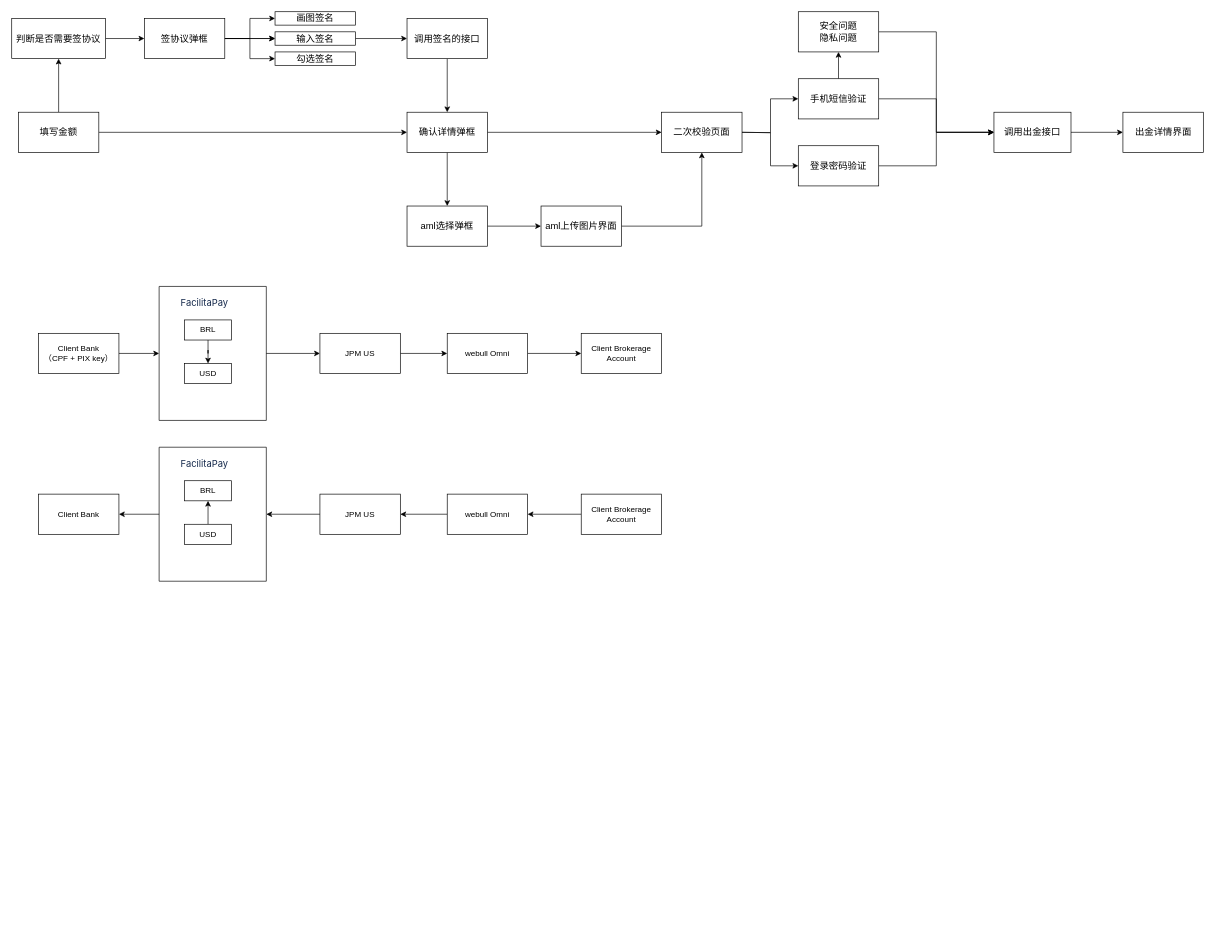
damoOnly/school keeps this draw.io diagram as page "美股出金流程" (6 of 6) of Untitled Diagram.drawio. Above is the earlier version. Source tidied: cells renumbered, new cells numbered last; positions are measured from the earlier drawing's top-left corner, leaving out a move shared by most shapes. Both pictures are drawn from the tidied source at 67%, with x=0, y=0 at pixel (11, 11).
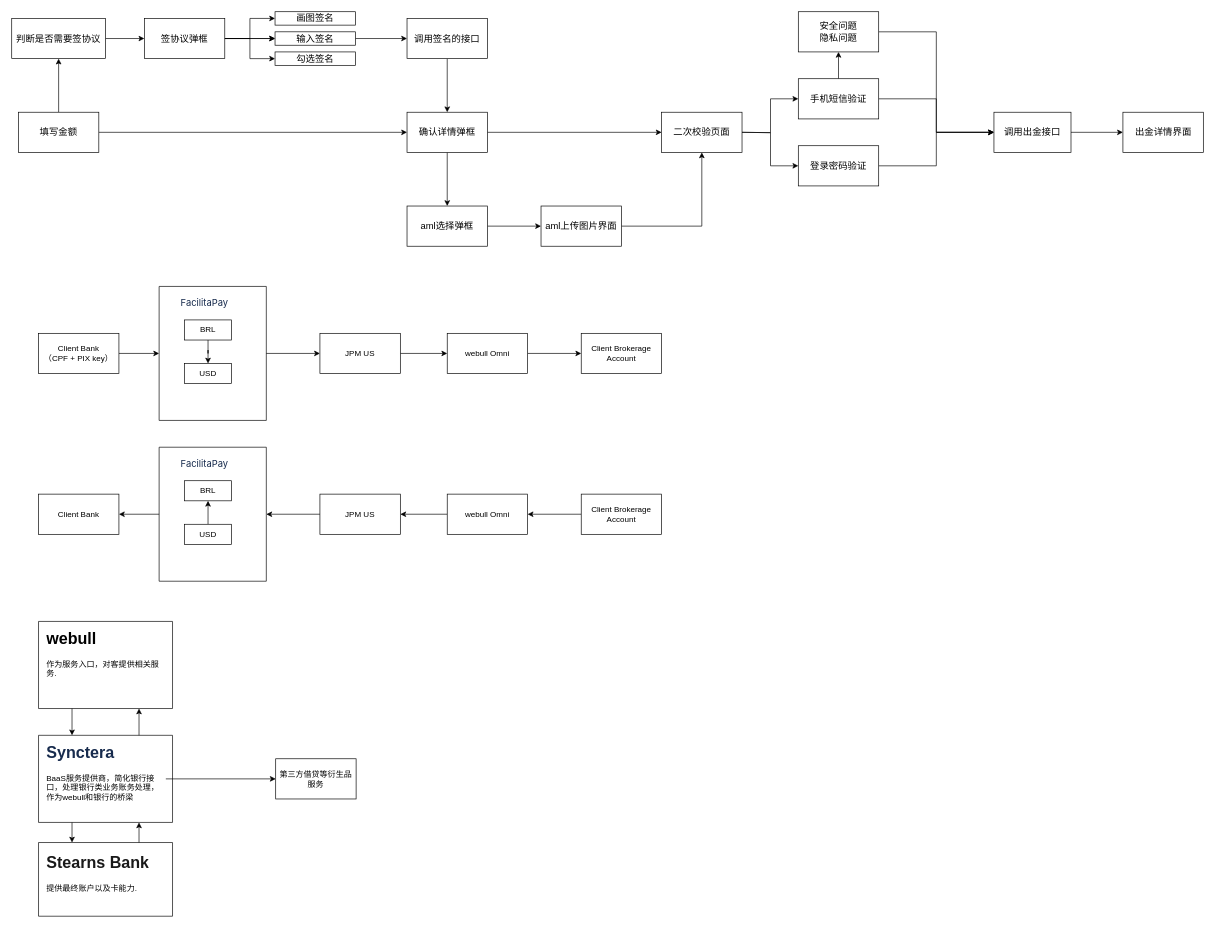
Above is the later version.

Diff of the diagram source:
```diff
@@
+    <mxCell id="64" style="edgeStyle=orthogonalEdgeStyle;rounded=0;jettySize=auto;html=1;exitX=0.25;exitY=1;exitDx=0;exitDy=0;entryX=0.25;entryY=0;entryDx=0;entryDy=0;" parent="1" edge="1" source="65" target="69">
+      <mxGeometry relative="1" as="geometry" />
+    </mxCell>
+    <mxCell id="65" style="swimlane;startSize=0;" parent="1" vertex="1">
+      <mxGeometry x="40" y="910" width="200" height="130" as="geometry" />
+    </mxCell>
+    <mxCell id="66" value="&lt;h1 style=&quot;margin-top: 0px;&quot;&gt;webull&lt;/h1&gt;&lt;p&gt;作为服务入口，对客提供相关服务.&lt;/p&gt;" style="text;html=1;whiteSpace=wrap;overflow=hidden;rounded=0;" parent="65" vertex="1">
+      <mxGeometry x="10" y="5" width="180" height="120" as="geometry" />
+    </mxCell>
+    <mxCell id="67" style="edgeStyle=orthogonalEdgeStyle;rounded=0;jettySize=auto;html=1;exitX=0.75;exitY=0;exitDx=0;exitDy=0;entryX=0.75;entryY=1;entryDx=0;entryDy=0;" parent="1" edge="1" source="69" target="65">
+      <mxGeometry relative="1" as="geometry" />
+    </mxCell>
+    <mxCell id="68" style="edgeStyle=orthogonalEdgeStyle;rounded=0;jettySize=auto;html=1;exitX=0.25;exitY=1;exitDx=0;exitDy=0;entryX=0.25;entryY=0;entryDx=0;entryDy=0;" parent="1" edge="1" source="69" target="72">
+      <mxGeometry relative="1" as="geometry" />
+    </mxCell>
+    <mxCell id="69" style="swimlane;startSize=0;" parent="1" vertex="1">
+      <mxGeometry x="40" y="1080" width="200" height="130" as="geometry" />
+    </mxCell>
+    <mxCell id="70" value="&lt;h1 style=&quot;margin-top: 0px;&quot;&gt;&lt;span style=&quot;color: rgb(25,25,25);&quot;&gt;&lt;span style=&quot;color: rgb(23,43,77);&quot;&gt;Synctera&lt;/span&gt;&lt;/span&gt;&lt;br&gt;&lt;/h1&gt;&lt;p&gt;BaaS服务提供商，简化银行接口，处理银行类业务账务处理，作为webull和银行的桥梁&lt;/p&gt;" style="text;html=1;whiteSpace=wrap;overflow=hidden;rounded=0;" parent="69" vertex="1">
+      <mxGeometry x="10" y="5" width="180" height="120" as="geometry" />
+    </mxCell>
+    <mxCell id="71" style="edgeStyle=orthogonalEdgeStyle;rounded=0;jettySize=auto;html=1;exitX=0.75;exitY=0;exitDx=0;exitDy=0;entryX=0.75;entryY=1;entryDx=0;entryDy=0;" parent="1" edge="1" source="72" target="69">
+      <mxGeometry relative="1" as="geometry" />
+    </mxCell>
+    <mxCell id="72" style="swimlane;startSize=0;" parent="1" vertex="1">
+      <mxGeometry x="40" y="1240" width="200" height="110" as="geometry" />
+    </mxCell>
+    <mxCell id="73" value="&lt;h1 style=&quot;margin-top: 0px;&quot;&gt;&lt;span style=&quot;color: rgb(25,25,25);&quot;&gt;Stearns Bank&lt;/span&gt;&lt;br&gt;&lt;/h1&gt;&lt;p&gt;提供最终账户以及卡能力.&lt;/p&gt;" style="text;html=1;whiteSpace=wrap;overflow=hidden;rounded=0;" parent="72" vertex="1">
+      <mxGeometry x="10" y="10" width="180" height="120" as="geometry" />
+    </mxCell>
+    <mxCell id="74" value="第三方借贷等衍生品服务" style="rounded=0;whiteSpace=wrap;html=1;" parent="1" vertex="1">
+      <mxGeometry x="394" y="1115" width="120" height="60" as="geometry" />
+    </mxCell>
+    <mxCell id="75" style="edgeStyle=orthogonalEdgeStyle;rounded=0;jettySize=auto;html=1;entryX=0;entryY=0.5;entryDx=0;entryDy=0;" parent="1" edge="1" source="70" target="74">
+      <mxGeometry relative="1" as="geometry" />
+    </mxCell>
```
